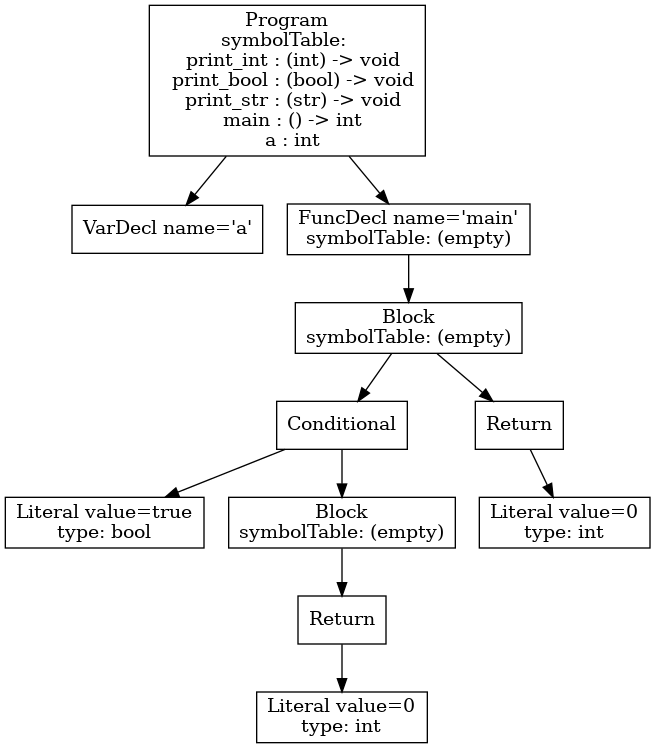
phamml/p3-analysis keeps this Graphviz diagram as tree.png. Above is the earlier version. Its source is kept beside it as tree.dot.
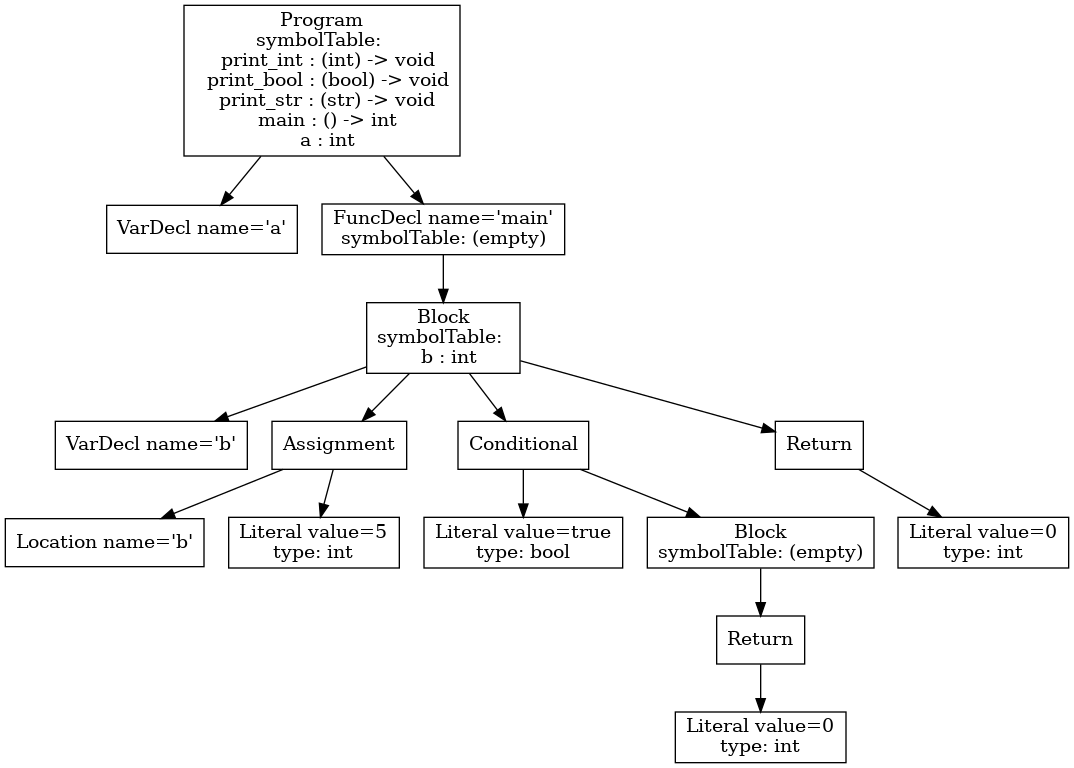
The same diagram one commit later.

The edit, as a diff of the source:
```diff
@@ -1,20 +1,28 @@
 digraph AST {
 1 [shape=box, label="VarDecl name='a'"];
-5 [shape=box, label="Literal value=true\ntype: bool"];
-8 [shape=box, label="Literal value=0\ntype: int"];
-7 [shape=box, label="Return"];
-7 -> 8;
-6 [shape=box, label="Block\nsymbolTable: (empty)"];
-6 -> 7;
-4 [shape=box, label="Conditional"];
-4 -> 5;
-4 -> 6;
-10 [shape=box, label="Literal value=0\ntype: int"];
-9 [shape=box, label="Return"];
-9 -> 10;
-3 [shape=box, label="Block\nsymbolTable: (empty)"];
+4 [shape=box, label="VarDecl name='b'"];
+6 [shape=box, label="Location name='b'"];
+7 [shape=box, label="Literal value=5\ntype: int"];
+5 [shape=box, label="Assignment"];
+5 -> 6;
+5 -> 7;
+9 [shape=box, label="Literal value=true\ntype: bool"];
+12 [shape=box, label="Literal value=0\ntype: int"];
+11 [shape=box, label="Return"];
+11 -> 12;
+10 [shape=box, label="Block\nsymbolTable: (empty)"];
+10 -> 11;
+8 [shape=box, label="Conditional"];
+8 -> 9;
+8 -> 10;
+14 [shape=box, label="Literal value=0\ntype: int"];
+13 [shape=box, label="Return"];
+13 -> 14;
+3 [shape=box, label="Block\nsymbolTable: \n  b : int"];
 3 -> 4;
-3 -> 9;
+3 -> 5;
+3 -> 8;
+3 -> 13;
 2 [shape=box, label="FuncDecl name='main'\nsymbolTable: (empty)"];
 2 -> 3;
 0 [shape=box, label="Program\nsymbolTable: \n  print_int : (int) -> void\n  print_bool : (bool) -> void\n  print_str : (str) -> void\n  main : () -> int\n  a : int"];
```
